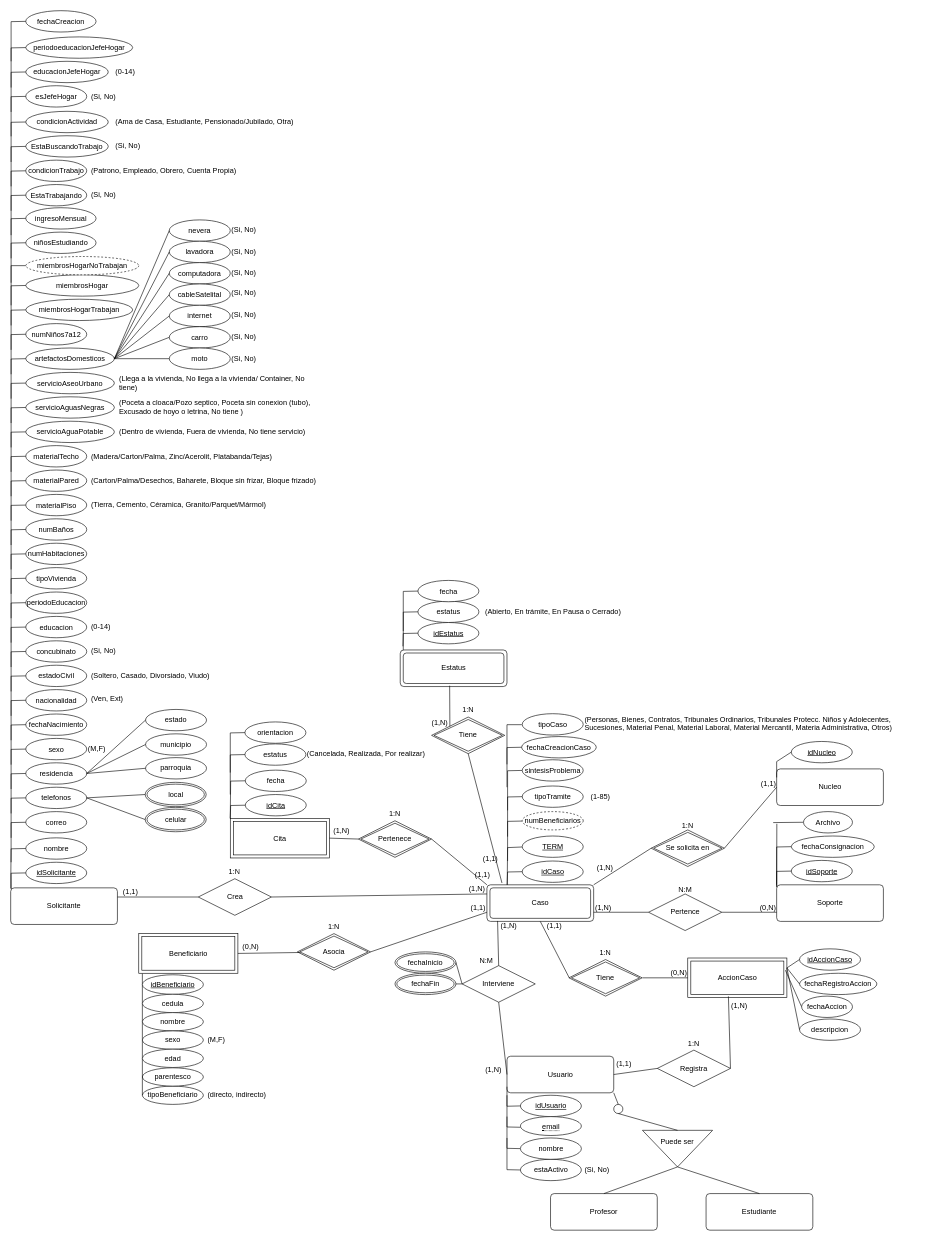
DanielCarrenoMar/ClinicaJuridica-UCAB keeps this draw.io diagram as page "Diagrama" (1 of 2) of doc/diagramaConceptual.drawio. Above is the earlier version. Source tidied: cells renumbered, new cells numbered last; positions are measured from the earlier drawing's top-left corner, leaving out a move shared by most shapes. Both pictures are drawn from the tidied source at 61%, with x=0, y=0 at pixel (10, 10).
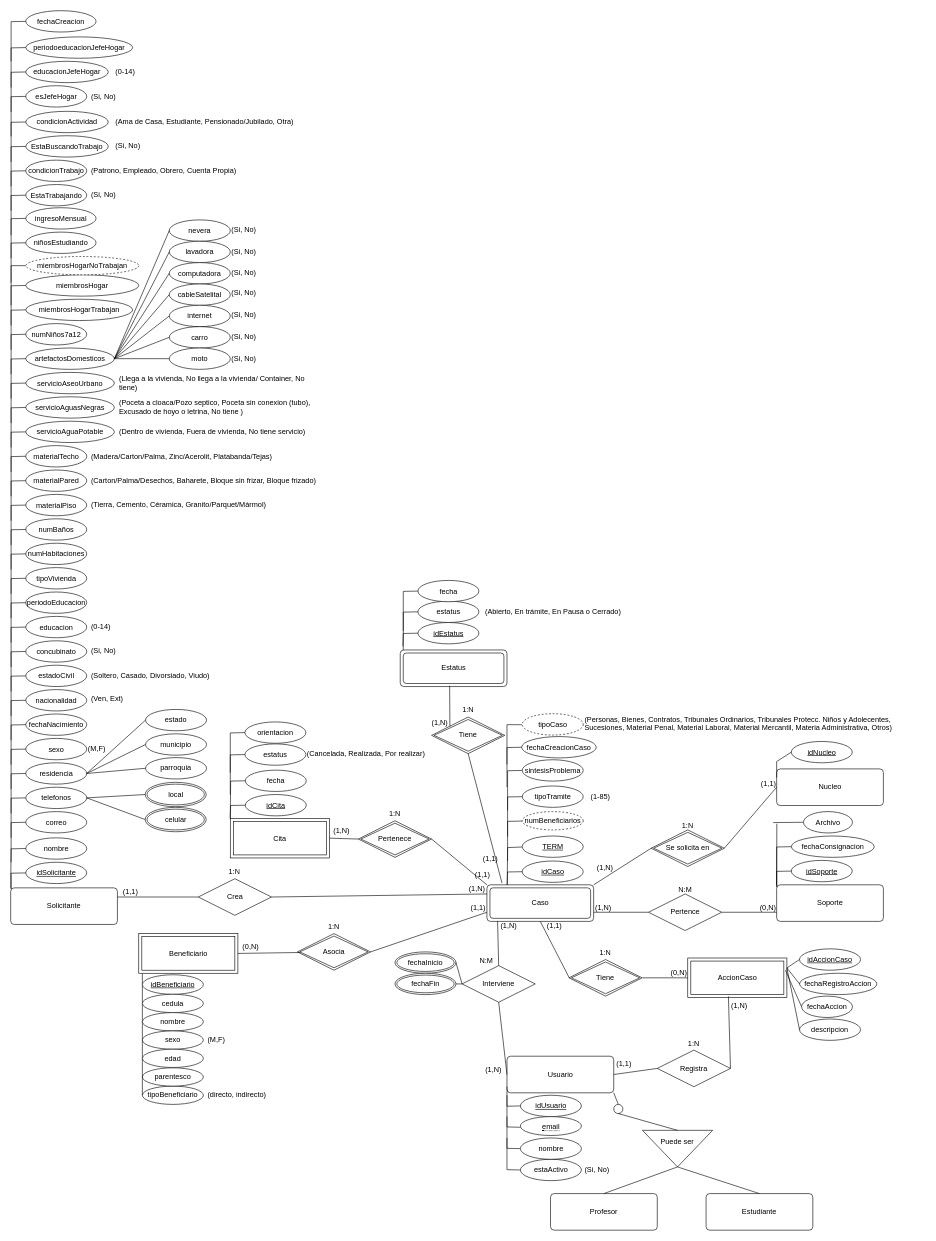
Above is the later version.

Commit message:
feat(diagraConcep): Tipo de caso como derivado

What changed in the source:
```diff
@@
-    <mxCell id="5" value="tipoCaso" style="ellipse;whiteSpace=wrap;html=1;align=center;" parent="1" vertex="1">
+    <mxCell id="5" value="tipoCaso" style="whiteSpace=wrap;html=1;align=center;shape=ellipse;perimeter=ellipsePerimeter;dashed=1;" parent="1" vertex="1">
       <mxGeometry x="838.6" y="1152.5" width="100" height="35" as="geometry" />
     </mxCell>
```
